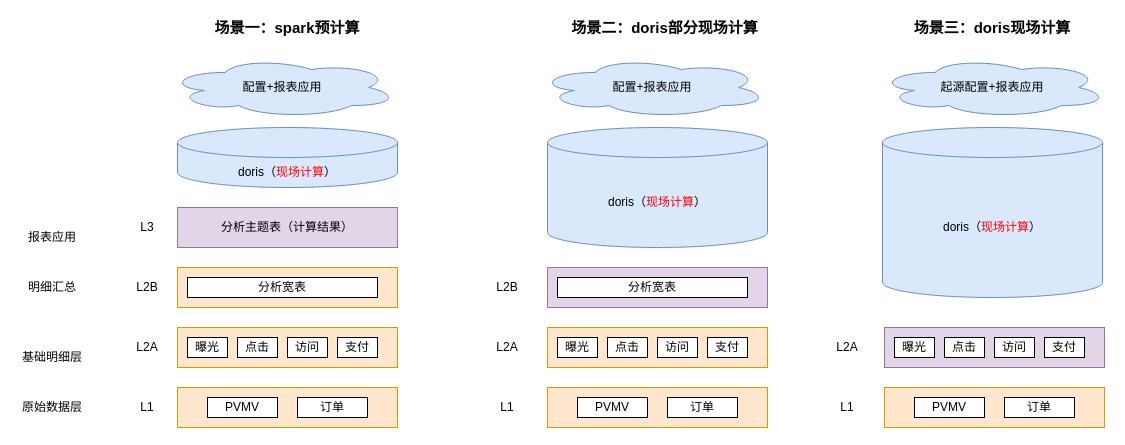
Above: work/数仓分层.drawio in spaces-X/draw.io (draw.io), before the change. Source tidied: cells renumbered, new cells numbered last; positions are measured from the earlier drawing's top-left corner, leaving out a move shared by most shapes. Both pictures are drawn from the tidied source at 100%, with x=0, y=0 at pixel (17, 17).
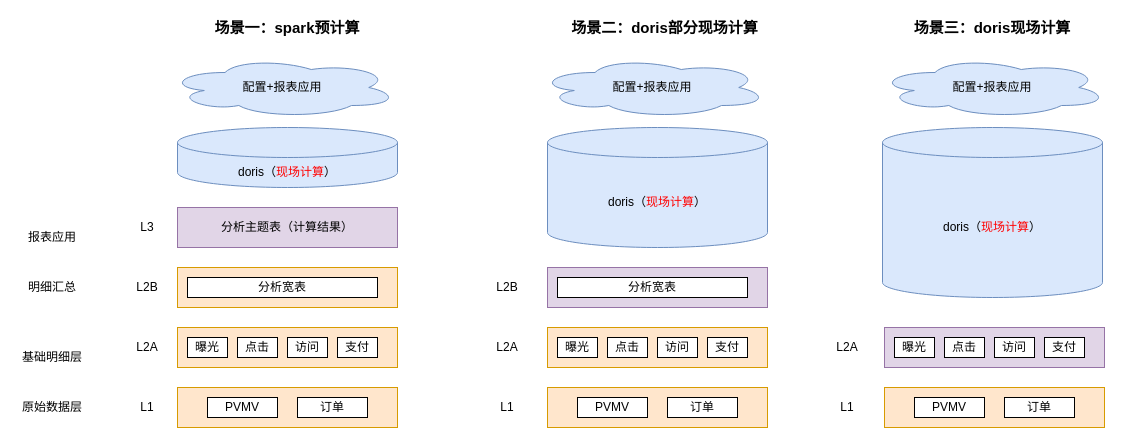
After the change.

What changed in the source:
```diff
@@
-    <mxCell id="22" value="起源配置+报表应用" style="ellipse;shape=cloud;whiteSpace=wrap;html=1;fillColor=#dae8fc;strokeColor=#6c8ebf;" parent="1" vertex="1">
+    <mxCell id="22" value="配置+报表应用" style="ellipse;shape=cloud;whiteSpace=wrap;html=1;fillColor=#dae8fc;strokeColor=#6c8ebf;" parent="1" vertex="1">
       <mxGeometry x="860" y="40" width="230" height="60" as="geometry" />
     </mxCell>
```
